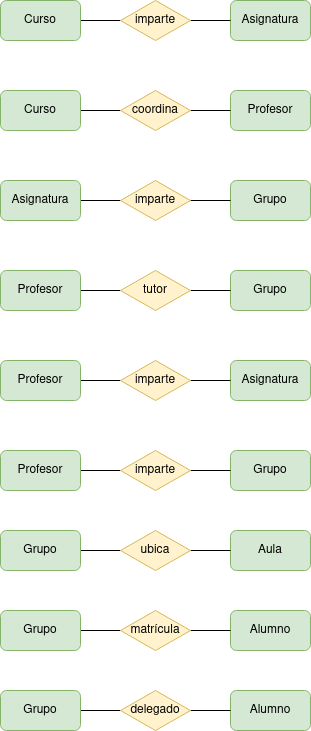
The draw.io diagram Unidad-1/Tareas/Tareas-evaluables/Tarea-evaluable-6/tarea-evaluable-6.drawio.png in LuisMGlez/base-datos, before a commit. Source tidied: cells renumbered, new cells last; positions are measured from the earlier drawing's top-left corner, leaving out a move shared by most shapes.
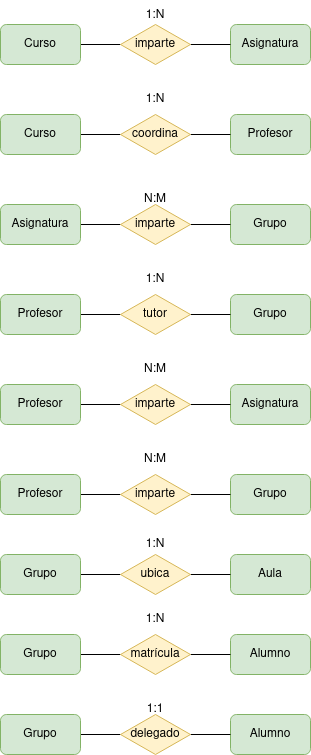
After the commit.

What changed in the source:
```diff
@@ -137,5 +137,32 @@
     <mxCell id="46" value="delegado" style="rhombus;whiteSpace=wrap;html=1;direction=south;fillColor=#fff2cc;strokeColor=#d6b656;" parent="1" vertex="1">
       <mxGeometry x="120" y="690" width="70" height="40" as="geometry" />
     </mxCell>
+    <mxCell id="47" value="1:N" style="text;strokeColor=none;align=center;fillColor=none;html=1;verticalAlign=middle;whiteSpace=wrap;rounded=0;" parent="1" vertex="1">
+      <mxGeometry x="125" y="-24" width="60" height="30" as="geometry" />
+    </mxCell>
+    <mxCell id="48" value="1:N" style="text;strokeColor=none;align=center;fillColor=none;html=1;verticalAlign=middle;whiteSpace=wrap;rounded=0;" parent="1" vertex="1">
+      <mxGeometry x="125" y="60" width="60" height="30" as="geometry" />
+    </mxCell>
+    <mxCell id="49" value="N:M" style="text;strokeColor=none;align=center;fillColor=none;html=1;verticalAlign=middle;whiteSpace=wrap;rounded=0;" parent="1" vertex="1">
+      <mxGeometry x="125" y="160" width="60" height="30" as="geometry" />
+    </mxCell>
+    <mxCell id="50" value="1:N" style="text;strokeColor=none;align=center;fillColor=none;html=1;verticalAlign=middle;whiteSpace=wrap;rounded=0;" parent="1" vertex="1">
+      <mxGeometry x="125" y="240" width="60" height="30" as="geometry" />
+    </mxCell>
+    <mxCell id="51" value="N:M" style="text;strokeColor=none;align=center;fillColor=none;html=1;verticalAlign=middle;whiteSpace=wrap;rounded=0;" parent="1" vertex="1">
+      <mxGeometry x="125" y="330" width="60" height="30" as="geometry" />
+    </mxCell>
+    <mxCell id="52" value="N:M" style="text;strokeColor=none;align=center;fillColor=none;html=1;verticalAlign=middle;whiteSpace=wrap;rounded=0;" parent="1" vertex="1">
+      <mxGeometry x="125" y="420" width="60" height="30" as="geometry" />
+    </mxCell>
+    <mxCell id="53" value="1:N" style="text;strokeColor=none;align=center;fillColor=none;html=1;verticalAlign=middle;whiteSpace=wrap;rounded=0;" parent="1" vertex="1">
+      <mxGeometry x="125" y="505" width="60" height="30" as="geometry" />
+    </mxCell>
+    <mxCell id="54" value="1:N" style="text;strokeColor=none;align=center;fillColor=none;html=1;verticalAlign=middle;whiteSpace=wrap;rounded=0;" parent="1" vertex="1">
+      <mxGeometry x="125" y="580" width="60" height="30" as="geometry" />
+    </mxCell>
+    <mxCell id="55" value="1:1" style="text;strokeColor=none;align=center;fillColor=none;html=1;verticalAlign=middle;whiteSpace=wrap;rounded=0;" parent="1" vertex="1">
+      <mxGeometry x="125" y="670" width="60" height="30" as="geometry" />
+    </mxCell>
   </root>
 </mxGraphModel>
```
